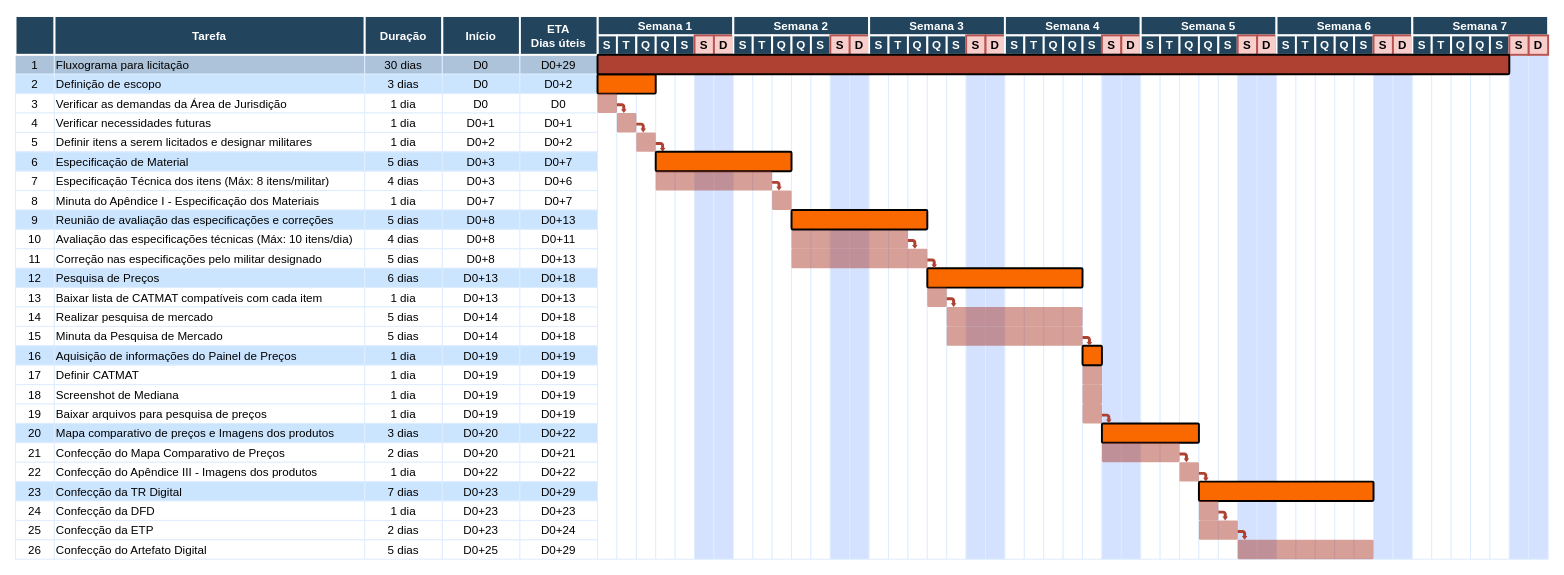
Earlier version of the draw.io diagram Diagrama_Gant_Licitacao.drawio (Joaovictor-gf/draw.io). Source tidied: cells renumbered, new cells numbered last; positions are measured from the earlier drawing's top-left corner, leaving out a move shared by most shapes. Both pictures are drawn from the tidied source at 97%, with x=0, y=0 at pixel (15, 16).
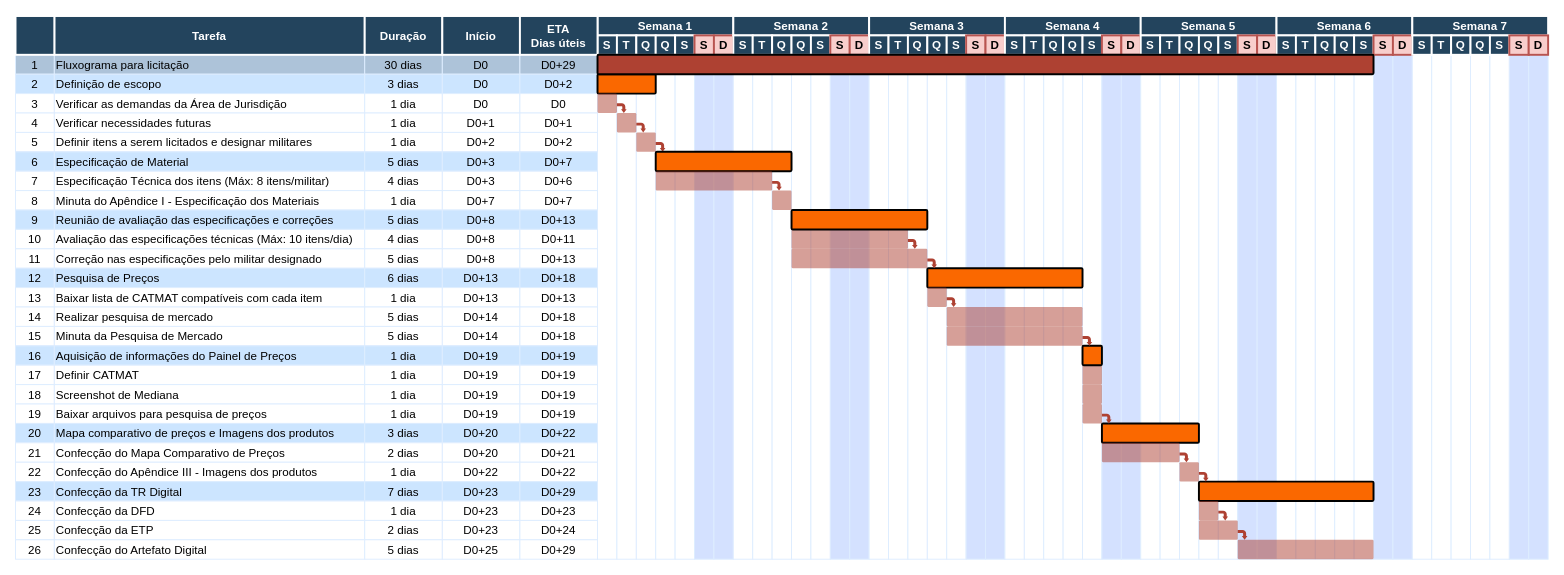
The same page after the edit.

Commit message:
Atualização do GANT Diagrama_Gant_Licitacao.drawio

Diff of the diagram source:
```diff
@@
-    <mxCell id="249" style="shape=mxgraph.flowchart.process;fillColor=#AE4132;strokeColor=#000000;strokeWidth=2;opacity=100;" parent="1" vertex="1">
-      <mxGeometry x="600.5" y="40" width="940" height="20" as="geometry" />
+    <mxCell id="249" style="shape=mxgraph.flowchart.process;fillColor=#AE4132;strokeColor=#000000;strokeWidth=2;opacity=100;rotation=0;" parent="1" vertex="1">
+      <mxGeometry x="600.5" y="40" width="800" height="20" as="geometry" />
     </mxCell>
```
